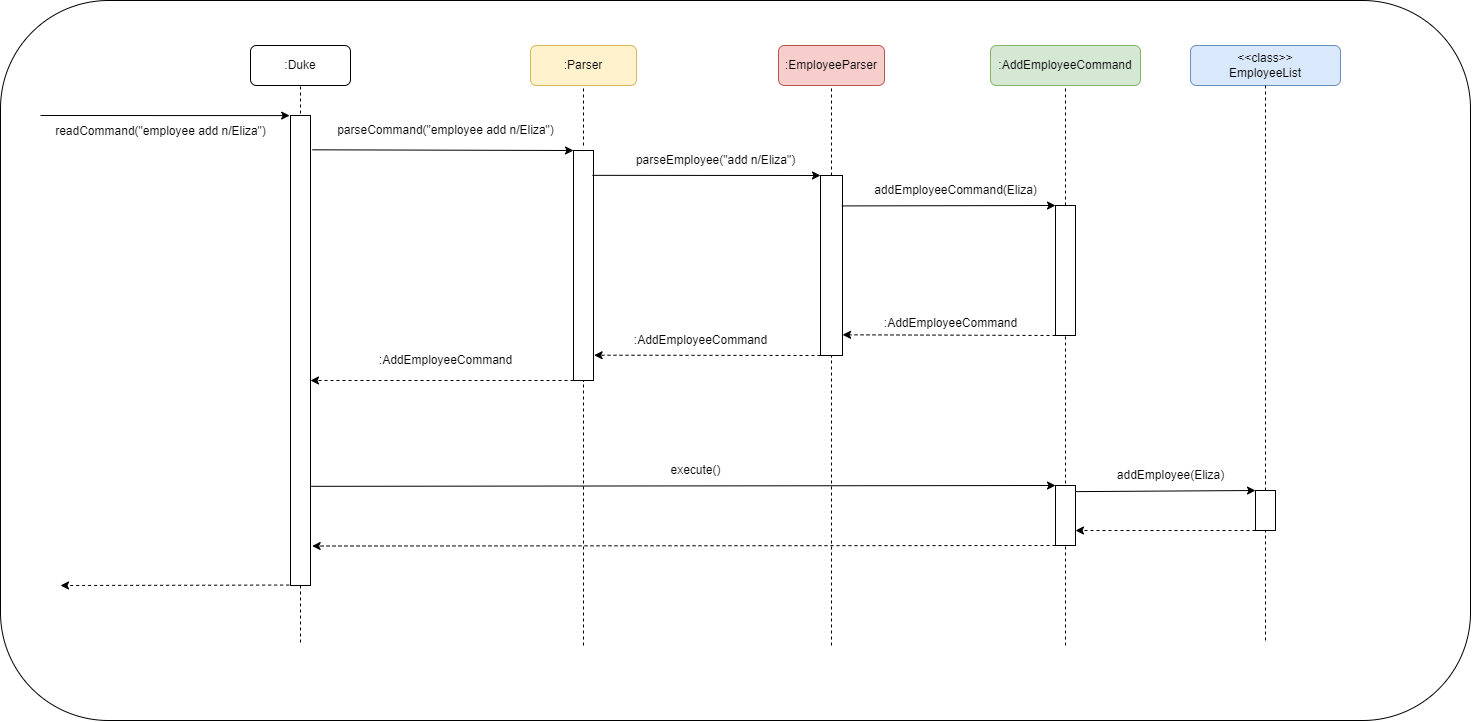
Earlier version of the draw.io export docs/uml/EmployeeAdd.png (nus-cs2113-AY2223S1/tp). Source tidied: cells renumbered, new cells last; positions are measured from the earlier drawing's top-left corner, leaving out a move shared by most shapes. Its diagram source:
```xml
<mxGraphModel>
  <root>
    <mxCell id="0" />
    <mxCell id="1" parent="0" />
    <mxCell id="2" style="rounded=1;whiteSpace=wrap;html=1;" parent="1" vertex="1">
      <mxGeometry width="1470" height="720" as="geometry" />
    </mxCell>
    <mxCell id="3" value=":EmployeeParser" style="rounded=1;whiteSpace=wrap;html=1;fillColor=#f8cecc;strokeColor=#b85450;" parent="1" vertex="1">
      <mxGeometry x="778" y="45" width="106" height="40" as="geometry" />
    </mxCell>
    <mxCell id="4" value=":AddEmployeeCommand" style="rounded=1;whiteSpace=wrap;html=1;fillColor=#d5e8d4;strokeColor=#82b366;" parent="1" vertex="1">
      <mxGeometry x="990" y="45" width="150" height="40" as="geometry" />
    </mxCell>
    <mxCell id="5" value=":Parser" style="rounded=1;whiteSpace=wrap;html=1;fillColor=#fff2cc;strokeColor=#d6b656;" parent="1" vertex="1">
      <mxGeometry x="530" y="45" width="106" height="40" as="geometry" />
    </mxCell>
    <mxCell id="6" value=":Duke" style="rounded=1;whiteSpace=wrap;html=1;" parent="1" vertex="1">
      <mxGeometry x="250" y="45" width="100" height="40" as="geometry" />
    </mxCell>
    <mxCell id="7" style="endArrow=none;dashed=1;html=1;rounded=0;entryX=0.5;entryY=1;entryDx=0;entryDy=0;" parent="1" edge="1" target="6">
      <mxGeometry relative="1" as="geometry">
        <mxPoint x="300" y="125" as="sourcePoint" />
      </mxGeometry>
    </mxCell>
    <mxCell id="8" style="rounded=0;whiteSpace=wrap;html=1;" parent="1" vertex="1">
      <mxGeometry x="290" y="115" width="20" height="470" as="geometry" />
    </mxCell>
    <mxCell id="9" style="endArrow=classic;html=1;rounded=0;entryX=-0.042;entryY=0.047;entryDx=0;entryDy=0;entryPerimeter=0;" parent="1" edge="1">
      <mxGeometry relative="1" as="geometry">
        <mxPoint x="40" y="115" as="sourcePoint" />
        <mxPoint x="289.2" y="115.1" as="targetPoint" />
      </mxGeometry>
    </mxCell>
    <mxCell id="10" value="readCommand(&quot;employee add n/Eliza&quot;)" style="text;html=1;align=center;verticalAlign=middle;strokeColor=none;fillColor=none;" parent="1" vertex="1">
      <mxGeometry x="45" y="116" width="230" height="30" as="geometry" />
    </mxCell>
    <mxCell id="11" style="rounded=0;whiteSpace=wrap;html=1;" parent="1" vertex="1">
      <mxGeometry x="573" y="150" width="20" height="230" as="geometry" />
    </mxCell>
    <mxCell id="12" style="endArrow=none;dashed=1;html=1;rounded=0;entryX=0.5;entryY=1;entryDx=0;entryDy=0;" parent="1" edge="1" target="5">
      <mxGeometry relative="1" as="geometry">
        <mxPoint x="583" y="145" as="sourcePoint" />
      </mxGeometry>
    </mxCell>
    <mxCell id="13" style="endArrow=classic;html=1;rounded=0;entryX=0;entryY=0;entryDx=0;entryDy=0;exitX=1.083;exitY=0.073;exitDx=0;exitDy=0;exitPerimeter=0;" parent="1" edge="1" source="8" target="11">
      <mxGeometry relative="1" as="geometry" />
    </mxCell>
    <mxCell id="14" value="parseCommand(&quot;employee add n/Eliza&quot;)" style="text;html=1;align=center;verticalAlign=middle;strokeColor=none;fillColor=none;" parent="1" vertex="1">
      <mxGeometry x="325" y="115" width="240" height="30" as="geometry" />
    </mxCell>
    <mxCell id="15" style="endArrow=none;dashed=1;html=1;rounded=0;entryX=0.5;entryY=1;entryDx=0;entryDy=0;" parent="1" edge="1" target="3">
      <mxGeometry relative="1" as="geometry">
        <mxPoint x="831" y="175" as="sourcePoint" />
      </mxGeometry>
    </mxCell>
    <mxCell id="16" style="rounded=0;whiteSpace=wrap;html=1;" parent="1" vertex="1">
      <mxGeometry x="820" y="175" width="22" height="180" as="geometry" />
    </mxCell>
    <mxCell id="17" style="endArrow=classic;html=1;rounded=0;entryX=0;entryY=0;entryDx=0;entryDy=0;exitX=0.947;exitY=0.108;exitDx=0;exitDy=0;exitPerimeter=0;" parent="1" edge="1" source="11" target="16">
      <mxGeometry relative="1" as="geometry" />
    </mxCell>
    <mxCell id="18" value="parseEmployee(&quot;add n/Eliza&quot;)" style="text;html=1;align=center;verticalAlign=middle;strokeColor=none;fillColor=none;" parent="1" vertex="1">
      <mxGeometry x="625" y="145" width="180" height="30" as="geometry" />
    </mxCell>
    <mxCell id="19" style="endArrow=none;dashed=1;html=1;rounded=0;entryX=0.5;entryY=1;entryDx=0;entryDy=0;exitX=0.5;exitY=0;exitDx=0;exitDy=0;" parent="1" edge="1" source="20" target="4">
      <mxGeometry relative="1" as="geometry" />
    </mxCell>
    <mxCell id="20" style="rounded=0;whiteSpace=wrap;html=1;" parent="1" vertex="1">
      <mxGeometry x="1055" y="205" width="20" height="130" as="geometry" />
    </mxCell>
    <mxCell id="21" style="endArrow=classic;html=1;rounded=0;entryX=0;entryY=0;entryDx=0;entryDy=0;exitX=0.97;exitY=0.169;exitDx=0;exitDy=0;exitPerimeter=0;" parent="1" edge="1" source="16" target="20">
      <mxGeometry relative="1" as="geometry" />
    </mxCell>
    <mxCell id="22" value="addEmployeeCommand(Eliza)" style="text;html=1;align=center;verticalAlign=middle;strokeColor=none;fillColor=none;" parent="1" vertex="1">
      <mxGeometry x="860" y="175" width="190" height="30" as="geometry" />
    </mxCell>
    <mxCell id="23" style="endArrow=classic;html=1;rounded=0;exitX=0;exitY=1;exitDx=0;exitDy=0;entryX=1.003;entryY=0.885;entryDx=0;entryDy=0;entryPerimeter=0;dashed=1;" parent="1" edge="1" source="20" target="16">
      <mxGeometry relative="1" as="geometry" />
    </mxCell>
    <mxCell id="24" style="endArrow=classic;html=1;rounded=0;dashed=1;exitX=0;exitY=1;exitDx=0;exitDy=0;entryX=1.031;entryY=0.89;entryDx=0;entryDy=0;entryPerimeter=0;" parent="1" edge="1" source="16" target="11">
      <mxGeometry relative="1" as="geometry" />
    </mxCell>
    <mxCell id="25" style="endArrow=classic;html=1;rounded=0;dashed=1;exitX=0;exitY=1;exitDx=0;exitDy=0;" parent="1" edge="1" source="11">
      <mxGeometry relative="1" as="geometry">
        <mxPoint x="310" y="380" as="targetPoint" />
      </mxGeometry>
    </mxCell>
    <mxCell id="26" value="&lt;br&gt;:AddEmployeeCommand" style="text;html=1;align=center;verticalAlign=middle;strokeColor=none;fillColor=none;" parent="1" vertex="1">
      <mxGeometry x="870" y="295" width="160" height="40" as="geometry" />
    </mxCell>
    <mxCell id="27" value=":AddEmployeeCommand" style="text;html=1;align=center;verticalAlign=middle;strokeColor=none;fillColor=none;" parent="1" vertex="1">
      <mxGeometry x="620" y="325" width="160" height="30" as="geometry" />
    </mxCell>
    <mxCell id="28" value=":AddEmployeeCommand" style="text;html=1;align=center;verticalAlign=middle;strokeColor=none;fillColor=none;" parent="1" vertex="1">
      <mxGeometry x="365" y="345" width="160" height="30" as="geometry" />
    </mxCell>
    <mxCell id="29" style="endArrow=none;dashed=1;html=1;rounded=0;exitX=0.5;exitY=1;exitDx=0;exitDy=0;" parent="1" edge="1" source="8">
      <mxGeometry relative="1" as="geometry">
        <mxPoint x="300" y="645" as="targetPoint" />
      </mxGeometry>
    </mxCell>
    <mxCell id="30" style="endArrow=none;dashed=1;html=1;rounded=0;entryX=0.5;entryY=1;entryDx=0;entryDy=0;" parent="1" edge="1" target="11">
      <mxGeometry relative="1" as="geometry">
        <mxPoint x="583" y="645" as="sourcePoint" />
      </mxGeometry>
    </mxCell>
    <mxCell id="31" style="endArrow=none;dashed=1;html=1;rounded=0;entryX=0.5;entryY=1;entryDx=0;entryDy=0;" parent="1" edge="1" target="16">
      <mxGeometry relative="1" as="geometry">
        <mxPoint x="831" y="645" as="sourcePoint" />
      </mxGeometry>
    </mxCell>
    <mxCell id="32" style="endArrow=none;dashed=1;html=1;rounded=0;entryX=0.5;entryY=1;entryDx=0;entryDy=0;" parent="1" edge="1" target="20">
      <mxGeometry relative="1" as="geometry">
        <mxPoint x="1065" y="645" as="sourcePoint" />
      </mxGeometry>
    </mxCell>
    <mxCell id="33" style="endArrow=classic;html=1;rounded=0;exitX=1.031;exitY=0.789;exitDx=0;exitDy=0;exitPerimeter=0;entryX=0;entryY=0;entryDx=0;entryDy=0;" parent="1" edge="1" source="8" target="34">
      <mxGeometry relative="1" as="geometry" />
    </mxCell>
    <mxCell id="34" style="rounded=0;whiteSpace=wrap;html=1;" parent="1" vertex="1">
      <mxGeometry x="1055" y="485" width="20" height="60" as="geometry" />
    </mxCell>
    <mxCell id="35" style="edgeStyle=orthogonalEdgeStyle;rounded=0;orthogonalLoop=1;jettySize=auto;html=1;exitX=0.5;exitY=1;exitDx=0;exitDy=0;" parent="1" edge="1" source="34" target="34">
      <mxGeometry relative="1" as="geometry" />
    </mxCell>
    <mxCell id="36" value="execute()" style="text;html=1;align=center;verticalAlign=middle;strokeColor=none;fillColor=none;" parent="1" vertex="1">
      <mxGeometry x="660" y="455" width="70" height="30" as="geometry" />
    </mxCell>
    <mxCell id="37" style="endArrow=classic;html=1;rounded=0;exitX=0;exitY=1;exitDx=0;exitDy=0;entryX=1.083;entryY=0.916;entryDx=0;entryDy=0;entryPerimeter=0;dashed=1;" parent="1" edge="1" source="34" target="8">
      <mxGeometry relative="1" as="geometry" />
    </mxCell>
    <mxCell id="38" style="endArrow=classic;html=1;rounded=0;dashed=1;exitX=-0.067;exitY=0.965;exitDx=0;exitDy=0;exitPerimeter=0;" parent="1" edge="1">
      <mxGeometry relative="1" as="geometry">
        <mxPoint x="288.7" y="584.5" as="sourcePoint" />
        <mxPoint x="60" y="585" as="targetPoint" />
      </mxGeometry>
    </mxCell>
    <mxCell id="39" value="&amp;lt;&amp;lt;class&amp;gt;&amp;gt;&lt;br&gt;EmployeeList" style="rounded=1;whiteSpace=wrap;html=1;fillColor=#dae8fc;strokeColor=#6c8ebf;" parent="1" vertex="1">
      <mxGeometry x="1190" y="45" width="150" height="40" as="geometry" />
    </mxCell>
    <mxCell id="40" style="endArrow=none;dashed=1;html=1;rounded=0;entryX=0.5;entryY=1;entryDx=0;entryDy=0;" parent="1" edge="1" target="39">
      <mxGeometry relative="1" as="geometry">
        <mxPoint x="1265" y="640" as="sourcePoint" />
      </mxGeometry>
    </mxCell>
    <mxCell id="41" style="rounded=0;whiteSpace=wrap;html=1;" parent="1" vertex="1">
      <mxGeometry x="1255" y="490" width="20" height="40" as="geometry" />
    </mxCell>
    <mxCell id="42" style="endArrow=classic;html=1;rounded=0;entryX=0;entryY=0;entryDx=0;entryDy=0;exitX=1.01;exitY=0.102;exitDx=0;exitDy=0;exitPerimeter=0;" parent="1" edge="1" source="34" target="41">
      <mxGeometry relative="1" as="geometry" />
    </mxCell>
    <mxCell id="43" style="endArrow=classic;html=1;rounded=0;exitX=0;exitY=1;exitDx=0;exitDy=0;entryX=1;entryY=0.75;entryDx=0;entryDy=0;dashed=1;" parent="1" edge="1" source="41" target="34">
      <mxGeometry relative="1" as="geometry" />
    </mxCell>
    <mxCell id="44" value="addEmployee(Eliza)" style="text;html=1;align=center;verticalAlign=middle;strokeColor=none;fillColor=none;" parent="1" vertex="1">
      <mxGeometry x="1105" y="460" width="130" height="30" as="geometry" />
    </mxCell>
  </root>
</mxGraphModel>
```
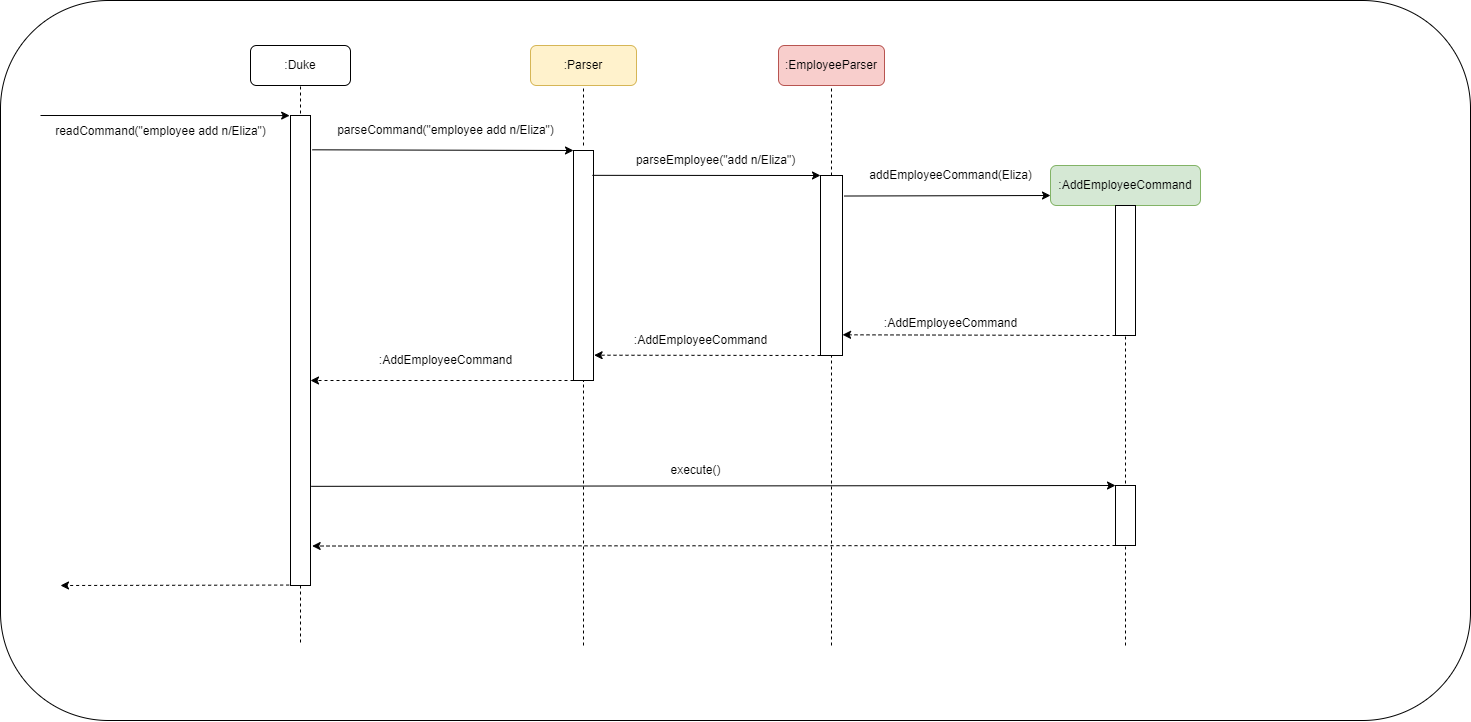
After the commit.

The edit, as a diff of the source:
```diff
@@ -9,7 +9,7 @@
       <mxGeometry x="778" y="45" width="106" height="40" as="geometry" />
     </mxCell>
     <mxCell id="4" value=":AddEmployeeCommand" style="rounded=1;whiteSpace=wrap;html=1;fillColor=#d5e8d4;strokeColor=#82b366;" parent="1" vertex="1">
-      <mxGeometry x="990" y="45" width="150" height="40" as="geometry" />
+      <mxGeometry x="1050" y="165" width="150" height="40" as="geometry" />
     </mxCell>
     <mxCell id="5" value=":Parser" style="rounded=1;whiteSpace=wrap;html=1;fillColor=#fff2cc;strokeColor=#d6b656;" parent="1" vertex="1">
       <mxGeometry x="530" y="45" width="106" height="40" as="geometry" />
@@ -66,13 +66,13 @@
       <mxGeometry relative="1" as="geometry" />
     </mxCell>
     <mxCell id="20" style="rounded=0;whiteSpace=wrap;html=1;" parent="1" vertex="1">
-      <mxGeometry x="1055" y="205" width="20" height="130" as="geometry" />
+      <mxGeometry x="1115" y="205" width="20" height="130" as="geometry" />
     </mxCell>
-    <mxCell id="21" style="endArrow=classic;html=1;rounded=0;entryX=0;entryY=0;entryDx=0;entryDy=0;exitX=0.97;exitY=0.169;exitDx=0;exitDy=0;exitPerimeter=0;" parent="1" edge="1" source="16" target="20">
+    <mxCell id="21" style="endArrow=classic;html=1;rounded=0;entryX=0;entryY=0.75;entryDx=0;entryDy=0;exitX=1.068;exitY=0.114;exitDx=0;exitDy=0;exitPerimeter=0;" parent="1" edge="1" source="16" target="4">
       <mxGeometry relative="1" as="geometry" />
     </mxCell>
     <mxCell id="22" value="addEmployeeCommand(Eliza)" style="text;html=1;align=center;verticalAlign=middle;strokeColor=none;fillColor=none;" parent="1" vertex="1">
-      <mxGeometry x="860" y="175" width="190" height="30" as="geometry" />
+      <mxGeometry x="855" y="160" width="190" height="30" as="geometry" />
     </mxCell>
     <mxCell id="23" style="endArrow=classic;html=1;rounded=0;exitX=0;exitY=1;exitDx=0;exitDy=0;entryX=1.003;entryY=0.885;entryDx=0;entryDy=0;entryPerimeter=0;dashed=1;" parent="1" edge="1" source="20" target="16">
       <mxGeometry relative="1" as="geometry" />
@@ -111,14 +111,14 @@
     </mxCell>
     <mxCell id="32" style="endArrow=none;dashed=1;html=1;rounded=0;entryX=0.5;entryY=1;entryDx=0;entryDy=0;" parent="1" edge="1" target="20">
       <mxGeometry relative="1" as="geometry">
-        <mxPoint x="1065" y="645" as="sourcePoint" />
+        <mxPoint x="1125" y="645" as="sourcePoint" />
       </mxGeometry>
     </mxCell>
     <mxCell id="33" style="endArrow=classic;html=1;rounded=0;exitX=1.031;exitY=0.789;exitDx=0;exitDy=0;exitPerimeter=0;entryX=0;entryY=0;entryDx=0;entryDy=0;" parent="1" edge="1" source="8" target="34">
       <mxGeometry relative="1" as="geometry" />
     </mxCell>
     <mxCell id="34" style="rounded=0;whiteSpace=wrap;html=1;" parent="1" vertex="1">
-      <mxGeometry x="1055" y="485" width="20" height="60" as="geometry" />
+      <mxGeometry x="1115" y="485" width="20" height="60" as="geometry" />
     </mxCell>
     <mxCell id="35" style="edgeStyle=orthogonalEdgeStyle;rounded=0;orthogonalLoop=1;jettySize=auto;html=1;exitX=0.5;exitY=1;exitDx=0;exitDy=0;" parent="1" edge="1" source="34" target="34">
       <mxGeometry relative="1" as="geometry" />
@@ -135,25 +135,5 @@
         <mxPoint x="60" y="585" as="targetPoint" />
       </mxGeometry>
     </mxCell>
-    <mxCell id="39" value="&amp;lt;&amp;lt;class&amp;gt;&amp;gt;&lt;br&gt;EmployeeList" style="rounded=1;whiteSpace=wrap;html=1;fillColor=#dae8fc;strokeColor=#6c8ebf;" parent="1" vertex="1">
-      <mxGeometry x="1190" y="45" width="150" height="40" as="geometry" />
-    </mxCell>
-    <mxCell id="40" style="endArrow=none;dashed=1;html=1;rounded=0;entryX=0.5;entryY=1;entryDx=0;entryDy=0;" parent="1" edge="1" target="39">
-      <mxGeometry relative="1" as="geometry">
-        <mxPoint x="1265" y="640" as="sourcePoint" />
-      </mxGeometry>
-    </mxCell>
-    <mxCell id="41" style="rounded=0;whiteSpace=wrap;html=1;" parent="1" vertex="1">
-      <mxGeometry x="1255" y="490" width="20" height="40" as="geometry" />
-    </mxCell>
-    <mxCell id="42" style="endArrow=classic;html=1;rounded=0;entryX=0;entryY=0;entryDx=0;entryDy=0;exitX=1.01;exitY=0.102;exitDx=0;exitDy=0;exitPerimeter=0;" parent="1" edge="1" source="34" target="41">
-      <mxGeometry relative="1" as="geometry" />
-    </mxCell>
-    <mxCell id="43" style="endArrow=classic;html=1;rounded=0;exitX=0;exitY=1;exitDx=0;exitDy=0;entryX=1;entryY=0.75;entryDx=0;entryDy=0;dashed=1;" parent="1" edge="1" source="41" target="34">
-      <mxGeometry relative="1" as="geometry" />
-    </mxCell>
-    <mxCell id="44" value="addEmployee(Eliza)" style="text;html=1;align=center;verticalAlign=middle;strokeColor=none;fillColor=none;" parent="1" vertex="1">
-      <mxGeometry x="1105" y="460" width="130" height="30" as="geometry" />
-    </mxCell>
   </root>
 </mxGraphModel>
```
